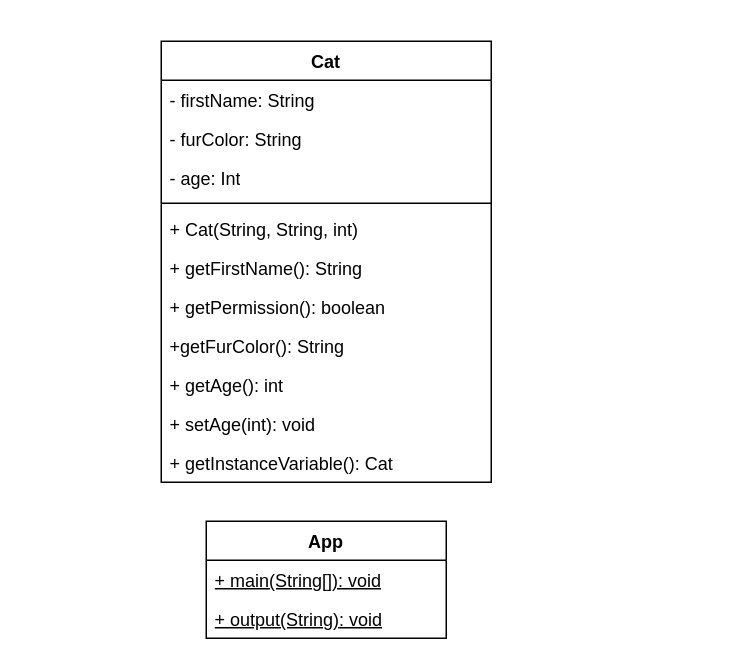
Above: Klassendiagramm.drawio in Olihomuth/02a_Klassen_Objekte_1 (draw.io), before the change. Source tidied: cells renumbered, new cells numbered last; positions are measured from the earlier drawing's top-left corner, leaving out a move shared by most shapes. Both pictures are drawn from the tidied source at 150%, with x=0, y=0 at pixel (160, 40).
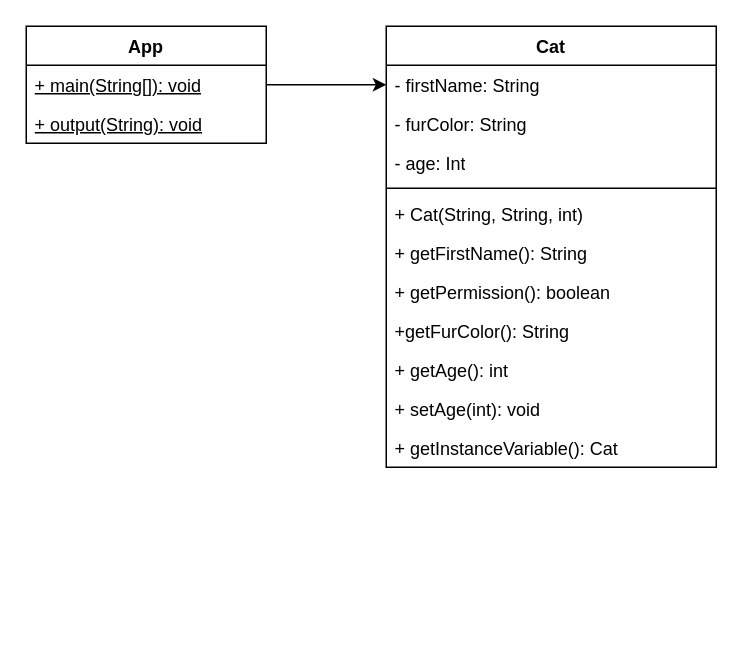
The same page after the edit.

The edit, as a diff of the source:
```diff
@@
 <mxGraphModel>
   <root>
     <mxCell id="0" />
     <mxCell id="1" parent="0" />
     <mxCell id="2" value="Cat" style="swimlane;fontStyle=1;align=center;verticalAlign=top;horizontal=1;startSize=26;whiteSpace=wrap;html=1;" parent="1" vertex="1">
-      <mxGeometry width="220" height="294" as="geometry" />
+      <mxGeometry x="150" y="-10" width="220" height="294" as="geometry" />
     </mxCell>
     <mxCell id="3" value="- firstName: String" style="text;strokeColor=none;fillColor=none;align=left;verticalAlign=top;spacingLeft=4;spacingRight=4;overflow=hidden;points=[[0,0.5],[1,0.5]];portConstraint=eastwest;whiteSpace=wrap;html=1;" parent="2" vertex="1">
       <mxGeometry y="26" width="220" height="26" as="geometry" />
     </mxCell>
     <mxCell id="4" value="- furColor: String" style="text;strokeColor=none;fillColor=none;align=left;verticalAlign=top;spacingLeft=4;spacingRight=4;overflow=hidden;whiteSpace=wrap;html=1;" parent="2" vertex="1">
       <mxGeometry y="52" width="220" height="26" as="geometry" />
     </mxCell>
     <mxCell id="5" value="- age: Int" style="text;strokeColor=none;fillColor=none;align=left;verticalAlign=top;spacingLeft=4;spacingRight=4;overflow=hidden;whiteSpace=wrap;html=1;" parent="2" vertex="1">
       <mxGeometry y="78" width="220" height="26" as="geometry" />
     </mxCell>
     <mxCell id="6" style="line;strokeWidth=1;fillColor=none;align=left;verticalAlign=middle;spacingTop=-1;spacingLeft=3;spacingRight=3;labelPosition=right;strokeColor=inherit;" parent="2" vertex="1">
       <mxGeometry y="104" width="220" height="8" as="geometry" />
     </mxCell>
     <mxCell id="7" value="+ Cat(String, String, int)" style="text;strokeColor=none;fillColor=none;align=left;verticalAlign=top;spacingLeft=4;spacingRight=4;overflow=hidden;whiteSpace=wrap;html=1;" parent="2" vertex="1">
       <mxGeometry y="112" width="220" height="26" as="geometry" />
     </mxCell>
     <mxCell id="8" value="+ getFirstName(): String" style="text;strokeColor=none;fillColor=none;align=left;verticalAlign=top;spacingLeft=4;spacingRight=4;overflow=hidden;whiteSpace=wrap;html=1;" parent="2" vertex="1">
       <mxGeometry y="138" width="220" height="26" as="geometry" />
     </mxCell>
     <mxCell id="9" value="+ getPermission(): boolean" style="text;strokeColor=none;fillColor=none;align=left;verticalAlign=top;spacingLeft=4;spacingRight=4;overflow=hidden;whiteSpace=wrap;html=1;" parent="2" vertex="1">
       <mxGeometry y="164" width="220" height="26" as="geometry" />
     </mxCell>
     <mxCell id="10" value="+getFurColor(): String" style="text;strokeColor=none;fillColor=none;align=left;verticalAlign=top;spacingLeft=4;spacingRight=4;overflow=hidden;whiteSpace=wrap;html=1;" parent="2" vertex="1">
       <mxGeometry y="190" width="220" height="26" as="geometry" />
     </mxCell>
     <mxCell id="11" value="+ getAge(): int" style="text;strokeColor=none;fillColor=none;align=left;verticalAlign=top;spacingLeft=4;spacingRight=4;overflow=hidden;whiteSpace=wrap;html=1;" parent="2" vertex="1">
       <mxGeometry y="216" width="220" height="26" as="geometry" />
     </mxCell>
     <mxCell id="12" value="+ setAge(int): void" style="text;strokeColor=none;fillColor=none;align=left;verticalAlign=top;spacingLeft=4;spacingRight=4;overflow=hidden;whiteSpace=wrap;html=1;" parent="2" vertex="1">
       <mxGeometry y="242" width="220" height="26" as="geometry" />
     </mxCell>
     <mxCell id="13" value="+ getInstanceVariable(): Cat" style="text;strokeColor=none;fillColor=none;align=left;verticalAlign=top;spacingLeft=4;spacingRight=4;overflow=hidden;whiteSpace=wrap;html=1;" parent="2" vertex="1">
       <mxGeometry y="268" width="220" height="26" as="geometry" />
     </mxCell>
+    <mxCell id="17" style="edgeStyle=none;html=1;entryX=0;entryY=0.5;entryDx=0;entryDy=0;" parent="1" edge="1" source="14" target="3">
+      <mxGeometry relative="1" as="geometry" />
+    </mxCell>
     <mxCell id="14" value="App" style="swimlane;fontStyle=1;align=center;verticalAlign=top;horizontal=1;startSize=26;whiteSpace=wrap;html=1;" parent="1" vertex="1">
-      <mxGeometry x="30" y="320" width="160" height="78" as="geometry" />
+      <mxGeometry x="-90" y="-10" width="160" height="78" as="geometry" />
     </mxCell>
     <mxCell id="15" value="&lt;u&gt;+ main(String[]): void&lt;/u&gt;" style="text;strokeColor=none;fillColor=none;align=left;verticalAlign=top;spacingLeft=4;spacingRight=4;overflow=hidden;whiteSpace=wrap;html=1;" parent="14" vertex="1">
       <mxGeometry y="26" width="160" height="26" as="geometry" />
     </mxCell>
     <mxCell id="16" value="&lt;u&gt;+ output(String): void&lt;/u&gt;" style="text;strokeColor=none;fillColor=none;align=left;verticalAlign=top;spacingLeft=4;spacingRight=4;overflow=hidden;whiteSpace=wrap;html=1;" parent="14" vertex="1">
       <mxGeometry y="52" width="160" height="26" as="geometry" />
     </mxCell>
   </root>
 </mxGraphModel>
```
